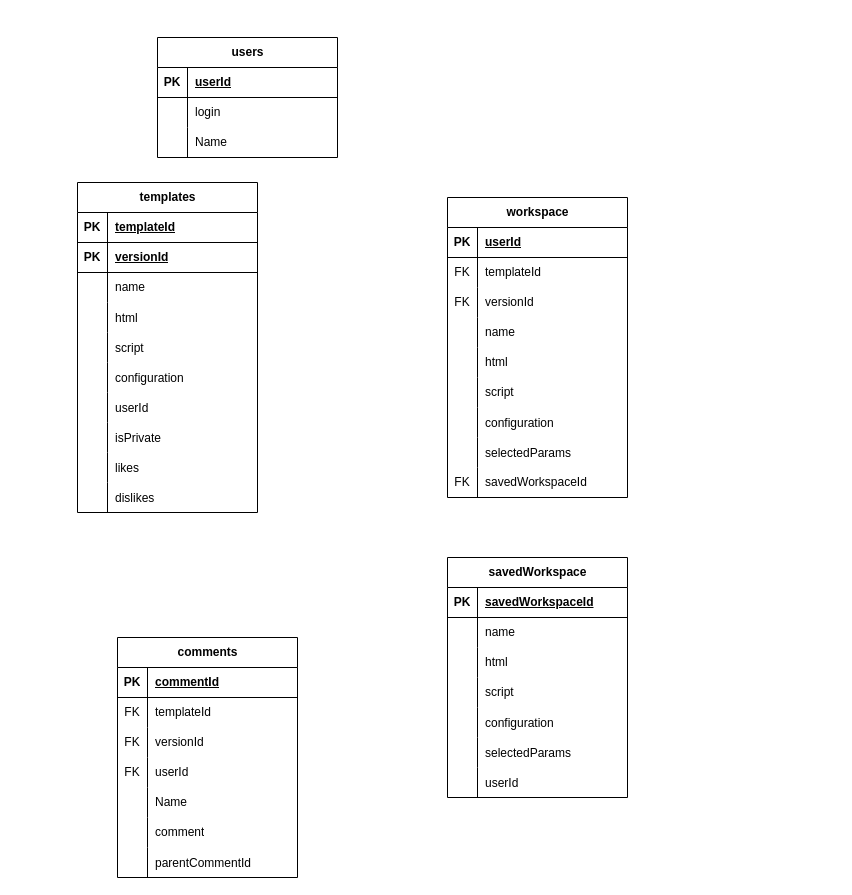
This is MGR.drawio from MBiel7/diagrams, a draw.io file, before an edit. Source tidied: cells renumbered, new cells numbered last; positions are measured from the earlier drawing's top-left corner, leaving out a move shared by most shapes. Both pictures are drawn from the tidied source at 100%, with x=0, y=0 at pixel (77, 37).
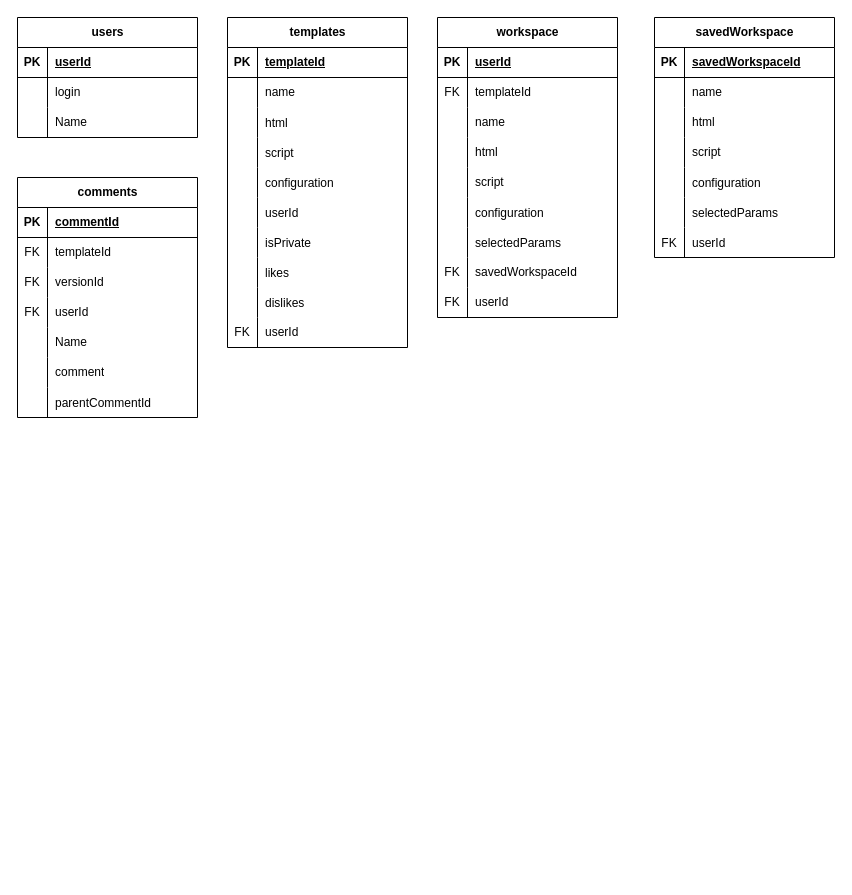
The same page after the edit.

The change refers to these unchanged cells:
```xml
<mxCell id="80" style="shape=tableRow;horizontal=0;startSize=0;swimlaneHead=0;swimlaneBody=0;fillColor=none;top=0;left=0;right=0;bottom=0;" parent="61" vertex="1">
  <mxGeometry y="210" width="180" height="30" as="geometry" />
</mxCell>
```

What changed in the source:
```diff
@@
     <mxCell id="2" value="templates" style="shape=table;startSize=30;childLayout=tableLayout;rowLines=0;fontStyle=1;align=center;html=1;" parent="1" vertex="1">
-      <mxGeometry y="145" width="180" height="330" as="geometry" />
+      <mxGeometry x="150" y="-20" width="180" height="330" as="geometry" />
     </mxCell>
@@
-    <mxCell id="6" style="shape=tableRow;horizontal=0;startSize=0;swimlaneHead=0;swimlaneBody=0;fillColor=none;top=0;left=0;right=0;bottom=1;" parent="2" vertex="1">
-      <mxGeometry y="60" width="180" height="30" as="geometry" />
-    </mxCell>
-    <mxCell id="7" value="PK" style="shape=partialRectangle;fillColor=none;top=0;left=0;bottom=0;right=0;fontStyle=1;overflow=hidden;whiteSpace=wrap;html=1;" parent="6" vertex="1">
-      <mxGeometry width="30" height="30" as="geometry" />
-    </mxCell>
-    <mxCell id="8" value="versionId" style="shape=partialRectangle;fillColor=none;top=0;left=0;bottom=0;right=0;align=left;spacingLeft=6;fontStyle=5;overflow=hidden;whiteSpace=wrap;html=1;" parent="6" vertex="1">
-      <mxGeometry x="30" width="150" height="30" as="geometry" />
-    </mxCell>
     <mxCell id="9" style="shape=tableRow;horizontal=0;startSize=0;swimlaneHead=0;swimlaneBody=0;fillColor=none;top=0;left=0;right=0;bottom=0;" parent="2" vertex="1">
-      <mxGeometry y="90" width="180" height="30" as="geometry" />
+      <mxGeometry y="60" width="180" height="30" as="geometry" />
     </mxCell>
@@
     <mxCell id="12" style="shape=tableRow;horizontal=0;startSize=0;swimlaneHead=0;swimlaneBody=0;fillColor=none;top=0;left=0;right=0;bottom=0;" parent="2" vertex="1">
-      <mxGeometry y="120" width="180" height="30" as="geometry" />
+      <mxGeometry y="90" width="180" height="30" as="geometry" />
     </mxCell>
@@
     <mxCell id="15" style="shape=tableRow;horizontal=0;startSize=0;swimlaneHead=0;swimlaneBody=0;fillColor=none;top=0;left=0;right=0;bottom=0;" parent="2" vertex="1">
-      <mxGeometry y="150" width="180" height="30" as="geometry" />
+      <mxGeometry y="120" width="180" height="30" as="geometry" />
     </mxCell>
@@
     <mxCell id="18" style="shape=tableRow;horizontal=0;startSize=0;swimlaneHead=0;swimlaneBody=0;fillColor=none;top=0;left=0;right=0;bottom=0;" parent="2" vertex="1">
-      <mxGeometry y="180" width="180" height="30" as="geometry" />
+      <mxGeometry y="150" width="180" height="30" as="geometry" />
     </mxCell>
@@
     <mxCell id="21" style="shape=tableRow;horizontal=0;startSize=0;swimlaneHead=0;swimlaneBody=0;fillColor=none;top=0;left=0;right=0;bottom=0;" parent="2" vertex="1">
-      <mxGeometry y="210" width="180" height="30" as="geometry" />
+      <mxGeometry y="180" width="180" height="30" as="geometry" />
     </mxCell>
@@
     <mxCell id="24" style="shape=tableRow;horizontal=0;startSize=0;swimlaneHead=0;swimlaneBody=0;fillColor=none;top=0;left=0;right=0;bottom=0;" parent="2" vertex="1">
-      <mxGeometry y="240" width="180" height="30" as="geometry" />
+      <mxGeometry y="210" width="180" height="30" as="geometry" />
     </mxCell>
@@
     <mxCell id="27" style="shape=tableRow;horizontal=0;startSize=0;swimlaneHead=0;swimlaneBody=0;fillColor=none;top=0;left=0;right=0;bottom=0;" parent="2" vertex="1">
-      <mxGeometry y="270" width="180" height="30" as="geometry" />
+      <mxGeometry y="240" width="180" height="30" as="geometry" />
     </mxCell>
@@
     <mxCell id="30" style="shape=tableRow;horizontal=0;startSize=0;swimlaneHead=0;swimlaneBody=0;fillColor=none;top=0;left=0;right=0;bottom=0;" parent="2" vertex="1">
-      <mxGeometry y="300" width="180" height="30" as="geometry" />
+      <mxGeometry y="270" width="180" height="30" as="geometry" />
     </mxCell>
@@
+    <mxCell id="115" style="shape=tableRow;horizontal=0;startSize=0;swimlaneHead=0;swimlaneBody=0;fillColor=none;top=0;left=0;right=0;bottom=0;" parent="2" vertex="1">
+      <mxGeometry y="300" width="180" height="30" as="geometry" />
+    </mxCell>
+    <mxCell id="116" value="FK" style="shape=partialRectangle;fillColor=none;top=0;left=0;bottom=0;right=0;fontStyle=0;overflow=hidden;whiteSpace=wrap;html=1;" parent="115" vertex="1">
+      <mxGeometry width="30" height="30" as="geometry" />
+    </mxCell>
+    <mxCell id="117" value="userId" style="shape=partialRectangle;fillColor=none;top=0;left=0;bottom=0;right=0;align=left;spacingLeft=6;fontStyle=0;overflow=hidden;whiteSpace=wrap;html=1;" parent="115" vertex="1">
+      <mxGeometry x="30" width="150" height="30" as="geometry" />
+    </mxCell>
     <mxCell id="33" value="workspace" style="shape=table;startSize=30;childLayout=tableLayout;rowLines=0;fontStyle=1;align=center;html=1;" parent="1" vertex="1">
-      <mxGeometry x="370" y="160" width="180" height="300" as="geometry" />
+      <mxGeometry x="360" y="-20" width="180" height="300" as="geometry" />
     </mxCell>
@@
-    <mxCell id="40" style="shape=tableRow;horizontal=0;startSize=0;swimlaneHead=0;swimlaneBody=0;fillColor=none;top=0;left=0;right=0;bottom=0;" parent="33" vertex="1">
-      <mxGeometry y="90" width="180" height="30" as="geometry" />
-    </mxCell>
-    <mxCell id="41" value="FK" style="shape=partialRectangle;fillColor=none;top=0;left=0;bottom=0;right=0;fontStyle=0;overflow=hidden;whiteSpace=wrap;html=1;" parent="40" vertex="1">
-      <mxGeometry width="30" height="30" as="geometry" />
-    </mxCell>
-    <mxCell id="42" value="versionId" style="shape=partialRectangle;fillColor=none;top=0;left=0;bottom=0;right=0;align=left;spacingLeft=6;fontStyle=0;overflow=hidden;whiteSpace=wrap;html=1;" parent="40" vertex="1">
-      <mxGeometry x="30" width="150" height="30" as="geometry" />
-    </mxCell>
     <mxCell id="43" style="shape=tableRow;horizontal=0;startSize=0;swimlaneHead=0;swimlaneBody=0;fillColor=none;top=0;left=0;right=0;bottom=0;" parent="33" vertex="1">
-      <mxGeometry y="120" width="180" height="30" as="geometry" />
+      <mxGeometry y="90" width="180" height="30" as="geometry" />
     </mxCell>
@@
     <mxCell id="46" style="shape=tableRow;horizontal=0;startSize=0;swimlaneHead=0;swimlaneBody=0;fillColor=none;top=0;left=0;right=0;bottom=0;" parent="33" vertex="1">
-      <mxGeometry y="150" width="180" height="30" as="geometry" />
+      <mxGeometry y="120" width="180" height="30" as="geometry" />
     </mxCell>
@@
     <mxCell id="49" style="shape=tableRow;horizontal=0;startSize=0;swimlaneHead=0;swimlaneBody=0;fillColor=none;top=0;left=0;right=0;bottom=0;" parent="33" vertex="1">
-      <mxGeometry y="180" width="180" height="30" as="geometry" />
+      <mxGeometry y="150" width="180" height="30" as="geometry" />
     </mxCell>
@@
     <mxCell id="52" style="shape=tableRow;horizontal=0;startSize=0;swimlaneHead=0;swimlaneBody=0;fillColor=none;top=0;left=0;right=0;bottom=0;" parent="33" vertex="1">
-      <mxGeometry y="210" width="180" height="30" as="geometry" />
+      <mxGeometry y="180" width="180" height="30" as="geometry" />
     </mxCell>
@@
     <mxCell id="55" style="shape=tableRow;horizontal=0;startSize=0;swimlaneHead=0;swimlaneBody=0;fillColor=none;top=0;left=0;right=0;bottom=0;" parent="33" vertex="1">
-      <mxGeometry y="240" width="180" height="30" as="geometry" />
+      <mxGeometry y="210" width="180" height="30" as="geometry" />
     </mxCell>
@@
     <mxCell id="58" style="shape=tableRow;horizontal=0;startSize=0;swimlaneHead=0;swimlaneBody=0;fillColor=none;top=0;left=0;right=0;bottom=0;" parent="33" vertex="1">
-      <mxGeometry y="270" width="180" height="30" as="geometry" />
+      <mxGeometry y="240" width="180" height="30" as="geometry" />
     </mxCell>
@@
+    <mxCell id="118" style="shape=tableRow;horizontal=0;startSize=0;swimlaneHead=0;swimlaneBody=0;fillColor=none;top=0;left=0;right=0;bottom=0;" parent="33" vertex="1">
+      <mxGeometry y="270" width="180" height="30" as="geometry" />
+    </mxCell>
+    <mxCell id="119" value="FK" style="shape=partialRectangle;fillColor=none;top=0;left=0;bottom=0;right=0;fontStyle=0;overflow=hidden;whiteSpace=wrap;html=1;" parent="118" vertex="1">
+      <mxGeometry width="30" height="30" as="geometry" />
+    </mxCell>
+    <mxCell id="120" value="userId" style="shape=partialRectangle;fillColor=none;top=0;left=0;bottom=0;right=0;align=left;spacingLeft=6;fontStyle=0;overflow=hidden;whiteSpace=wrap;html=1;" parent="118" vertex="1">
+      <mxGeometry x="30" width="150" height="30" as="geometry" />
+    </mxCell>
     <mxCell id="61" value="savedWorkspace" style="shape=table;startSize=30;childLayout=tableLayout;rowLines=0;fontStyle=1;align=center;html=1;" parent="1" vertex="1">
-      <mxGeometry x="370" y="520" width="180" height="240" as="geometry" />
+      <mxGeometry x="577" y="-20" width="180" height="240" as="geometry" />
     </mxCell>
@@
-    <mxCell id="81" style="shape=partialRectangle;fillColor=none;top=0;left=0;bottom=0;right=0;overflow=hidden;" parent="80" vertex="1">
+    <mxCell id="81" value="FK" style="shape=partialRectangle;fillColor=none;top=0;left=0;bottom=0;right=0;overflow=hidden;" parent="80" vertex="1">
       <mxGeometry width="30" height="30" as="geometry" />
     </mxCell>
@@
     <mxCell id="83" value="users" style="shape=table;startSize=30;childLayout=tableLayout;rowLines=0;fontStyle=1;align=center;html=1;" parent="1" vertex="1">
-      <mxGeometry x="80" width="180" height="120" as="geometry" />
+      <mxGeometry x="-60" y="-20" width="180" height="120" as="geometry" />
     </mxCell>
@@
     <mxCell id="93" value="comments" style="shape=table;startSize=30;childLayout=tableLayout;rowLines=0;fontStyle=1;align=center;html=1;" parent="1" vertex="1">
-      <mxGeometry x="40" y="600" width="180" height="240" as="geometry" />
+      <mxGeometry x="-60" y="140" width="180" height="240" as="geometry" />
     </mxCell>
```
